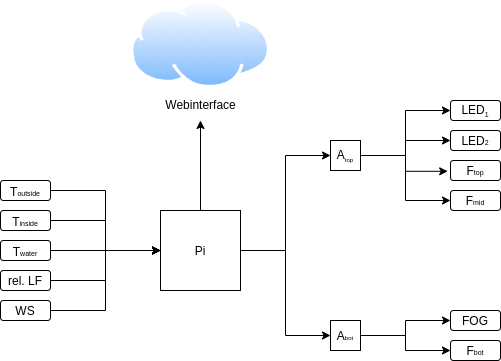
Above: written/Pictures/Devices.png in schnippo/sgb (draw.io), before the change. Source tidied: cells renumbered, new cells last; positions are measured from the earlier drawing's top-left corner, leaving out a move shared by most shapes.
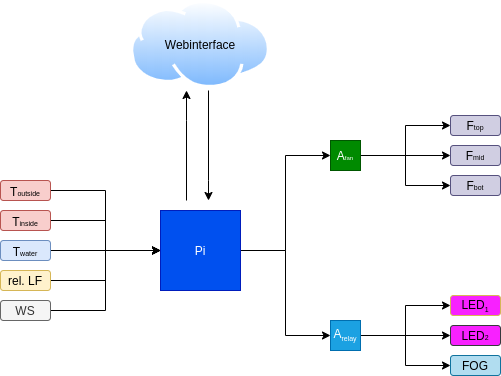
The same diagram one commit later.

Commit message:
kind of finished the eventhandler updated the devices graphic to the new concept, the old one is outdated

The edit, as a diff of the source:
```diff
@@ -8,60 +8,65 @@
     <mxCell id="3" style="edgeStyle=orthogonalEdgeStyle;rounded=0;jettySize=auto;html=1;entryX=0;entryY=0.5;entryDx=0;entryDy=0;" parent="1" edge="1" source="5" target="13">
       <mxGeometry relative="1" as="geometry" />
     </mxCell>
-    <mxCell id="4" style="edgeStyle=orthogonalEdgeStyle;rounded=0;jettySize=auto;html=1;" parent="1" edge="1" source="5">
-      <mxGeometry relative="1" as="geometry">
-        <mxPoint x="200" y="120" as="targetPoint" />
-      </mxGeometry>
-    </mxCell>
+    <mxCell id="31" style="edgeStyle=orthogonalEdgeStyle;rounded=0;orthogonalLoop=1;jettySize=auto;html=1;" parent="1" edge="1">
+      <mxGeometry relative="1" as="geometry">
+        <mxPoint x="186" y="200" as="sourcePoint" />
+        <mxPoint x="186" y="90" as="targetPoint" />
+        <Array as="points">
+          <mxPoint x="186" y="120" />
+          <mxPoint x="186" y="120" />
+        </Array>
+      </mxGeometry>
+    </mxCell>
-    <mxCell id="5" value="Pi" style="whiteSpace=wrap;html=1;" parent="1" vertex="1">
+    <mxCell id="5" value="Pi" style="whiteSpace=wrap;html=1;fillColor=#0050ef;strokeColor=#001DBC;fontColor=#ffffff;" parent="1" vertex="1">
       <mxGeometry x="160" y="210" width="80" height="80" as="geometry" />
     </mxCell>
-    <mxCell id="6" style="edgeStyle=orthogonalEdgeStyle;rounded=0;jettySize=auto;html=1;entryX=0;entryY=0.5;entryDx=0;entryDy=0;" parent="1" edge="1" source="10" target="14">
-      <mxGeometry relative="1" as="geometry" />
-    </mxCell>
-    <mxCell id="7" style="edgeStyle=orthogonalEdgeStyle;rounded=0;jettySize=auto;html=1;entryX=0;entryY=0.5;entryDx=0;entryDy=0;" parent="1" edge="1" source="10" target="15">
-      <mxGeometry relative="1" as="geometry" />
-    </mxCell>
+    <mxCell id="9" style="edgeStyle=orthogonalEdgeStyle;rounded=0;jettySize=auto;html=1;entryX=0;entryY=0.5;entryDx=0;entryDy=0;" parent="1" edge="1" source="10" target="17">
+      <mxGeometry relative="1" as="geometry" />
+    </mxCell>
-    <mxCell id="8" style="edgeStyle=orthogonalEdgeStyle;rounded=0;jettySize=auto;html=1;entryX=-0.056;entryY=0.54;entryDx=0;entryDy=0;entryPerimeter=0;" parent="1" edge="1" source="10" target="16">
+    <mxCell id="8" style="edgeStyle=orthogonalEdgeStyle;rounded=0;jettySize=auto;html=1;entryX=0;entryY=0.5;entryDx=0;entryDy=0;" parent="1" edge="1" source="10" target="16">
       <mxGeometry relative="1" as="geometry" />
     </mxCell>
-    <mxCell id="9" style="edgeStyle=orthogonalEdgeStyle;rounded=0;jettySize=auto;html=1;entryX=0;entryY=0.5;entryDx=0;entryDy=0;" parent="1" edge="1" source="10" target="17">
-      <mxGeometry relative="1" as="geometry" />
-    </mxCell>
+    <mxCell id="32" style="edgeStyle=orthogonalEdgeStyle;rounded=0;jettySize=auto;html=1;entryX=0;entryY=0.5;entryDx=0;entryDy=0;" parent="1" edge="1" source="10" target="19">
+      <mxGeometry relative="1" as="geometry" />
+    </mxCell>
-    <mxCell id="10" value="A&lt;sub style=&quot;font-size: 6px&quot;&gt;top&lt;/sub&gt;" style="whiteSpace=wrap;html=1;" parent="1" vertex="1">
+    <mxCell id="10" value="A&lt;span style=&quot;font-size: 6px&quot;&gt;fan&lt;/span&gt;" style="whiteSpace=wrap;html=1;fillColor=#008a00;strokeColor=#005700;fontColor=#ffffff;" parent="1" vertex="1">
       <mxGeometry x="330" y="140" width="30" height="30" as="geometry" />
     </mxCell>
     <mxCell id="11" style="edgeStyle=orthogonalEdgeStyle;rounded=0;jettySize=auto;html=1;entryX=0;entryY=0.5;entryDx=0;entryDy=0;" parent="1" edge="1" source="13" target="18">
       <mxGeometry relative="1" as="geometry" />
     </mxCell>
-    <mxCell id="12" style="edgeStyle=orthogonalEdgeStyle;rounded=0;jettySize=auto;html=1;entryX=0;entryY=0.5;entryDx=0;entryDy=0;" parent="1" edge="1" source="13" target="19">
-      <mxGeometry relative="1" as="geometry" />
-    </mxCell>
+    <mxCell id="33" style="edgeStyle=orthogonalEdgeStyle;rounded=0;jettySize=auto;html=1;entryX=0;entryY=0.5;entryDx=0;entryDy=0;" parent="1" edge="1" source="13" target="15">
+      <mxGeometry relative="1" as="geometry" />
+    </mxCell>
+    <mxCell id="34" style="edgeStyle=orthogonalEdgeStyle;rounded=0;jettySize=auto;html=1;entryX=0;entryY=0.5;entryDx=0;entryDy=0;" parent="1" edge="1" source="13" target="14">
+      <mxGeometry relative="1" as="geometry" />
+    </mxCell>
-    <mxCell id="13" value="A&lt;span style=&quot;font-size: 6px&quot;&gt;bot&lt;/span&gt;" style="whiteSpace=wrap;html=1;" parent="1" vertex="1">
+    <mxCell id="13" value="A&lt;sub&gt;&lt;font style=&quot;font-size: 7px&quot;&gt;relay&lt;/font&gt;&lt;/sub&gt;" style="whiteSpace=wrap;html=1;fillColor=#1ba1e2;strokeColor=#006EAF;fontColor=#ffffff;" parent="1" vertex="1">
       <mxGeometry x="330" y="320" width="30" height="30" as="geometry" />
     </mxCell>
-    <mxCell id="14" value="LED&lt;sub style=&quot;font-size: 7px&quot;&gt;1&lt;/sub&gt;" style="rounded=1;whiteSpace=wrap;html=1;" parent="1" vertex="1">
-      <mxGeometry x="450" y="100" width="50" height="20" as="geometry" />
+    <mxCell id="14" value="LED&lt;sub style=&quot;font-size: 7px&quot;&gt;1&lt;/sub&gt;" style="rounded=1;whiteSpace=wrap;html=1;strokeColor=#d6b656;fillColor=#F821FF;" parent="1" vertex="1">
+      <mxGeometry x="450" y="295" width="50" height="20" as="geometry" />
     </mxCell>
-    <mxCell id="15" value="LED&lt;span style=&quot;font-size: 7px&quot;&gt;2&lt;br&gt;&lt;/span&gt;" style="rounded=1;whiteSpace=wrap;html=1;" parent="1" vertex="1">
-      <mxGeometry x="450" y="130" width="50" height="20" as="geometry" />
+    <mxCell id="15" value="LED&lt;span style=&quot;font-size: 7px&quot;&gt;2&lt;br&gt;&lt;/span&gt;" style="rounded=1;whiteSpace=wrap;html=1;strokeColor=#36393d;fillColor=#F821FF;" parent="1" vertex="1">
+      <mxGeometry x="450" y="325" width="50" height="20" as="geometry" />
     </mxCell>
-    <mxCell id="16" value="F&lt;font style=&quot;font-size: 7px&quot;&gt;top&lt;/font&gt;" style="rounded=1;whiteSpace=wrap;html=1;" parent="1" vertex="1">
-      <mxGeometry x="450" y="160" width="50" height="20" as="geometry" />
+    <mxCell id="16" value="F&lt;font style=&quot;font-size: 7px&quot;&gt;top&lt;/font&gt;" style="rounded=1;whiteSpace=wrap;html=1;fillColor=#d0cee2;strokeColor=#56517e;" parent="1" vertex="1">
+      <mxGeometry x="450" y="115" width="50" height="20" as="geometry" />
     </mxCell>
-    <mxCell id="17" value="F&lt;span style=&quot;font-size: 7px&quot;&gt;mid&lt;/span&gt;" style="rounded=1;whiteSpace=wrap;html=1;" parent="1" vertex="1">
-      <mxGeometry x="450" y="190" width="50" height="20" as="geometry" />
+    <mxCell id="17" value="F&lt;span style=&quot;font-size: 7px&quot;&gt;mid&lt;/span&gt;" style="rounded=1;whiteSpace=wrap;html=1;fillColor=#d0cee2;strokeColor=#56517e;" parent="1" vertex="1">
+      <mxGeometry x="450" y="145" width="50" height="20" as="geometry" />
     </mxCell>
-    <mxCell id="18" value="FOG" style="rounded=1;whiteSpace=wrap;html=1;" parent="1" vertex="1">
-      <mxGeometry x="450" y="310" width="50" height="20" as="geometry" />
+    <mxCell id="18" value="FOG" style="rounded=1;whiteSpace=wrap;html=1;fillColor=#b1ddf0;strokeColor=#10739e;" parent="1" vertex="1">
+      <mxGeometry x="450" y="355" width="50" height="20" as="geometry" />
     </mxCell>
-    <mxCell id="19" value="F&lt;span style=&quot;font-size: 7px&quot;&gt;bot&lt;br&gt;&lt;/span&gt;" style="rounded=1;whiteSpace=wrap;html=1;" parent="1" vertex="1">
-      <mxGeometry x="450" y="340" width="50" height="20" as="geometry" />
+    <mxCell id="19" value="F&lt;span style=&quot;font-size: 7px&quot;&gt;bot&lt;br&gt;&lt;/span&gt;" style="rounded=1;whiteSpace=wrap;html=1;strokeColor=#56517e;fillColor=#d0cee2;" parent="1" vertex="1">
+      <mxGeometry x="450" y="175" width="50" height="20" as="geometry" />
     </mxCell>
     <mxCell id="20" style="edgeStyle=orthogonalEdgeStyle;rounded=0;jettySize=auto;html=1;entryX=0;entryY=0.5;entryDx=0;entryDy=0;" parent="1" edge="1" source="21" target="5">
       <mxGeometry relative="1" as="geometry" />
     </mxCell>
-    <mxCell id="21" value="&lt;sub style=&quot;font-size: 12px&quot;&gt;T&lt;/sub&gt;&lt;sub style=&quot;font-size: 7px&quot;&gt;outside&lt;/sub&gt;" style="rounded=1;whiteSpace=wrap;html=1;" parent="1" vertex="1">
+    <mxCell id="21" value="&lt;sub style=&quot;font-size: 12px&quot;&gt;T&lt;/sub&gt;&lt;sub style=&quot;font-size: 7px&quot;&gt;outside&lt;/sub&gt;" style="rounded=1;whiteSpace=wrap;html=1;fillColor=#f8cecc;strokeColor=#b85450;" parent="1" vertex="1">
       <mxGeometry y="180" width="50" height="20" as="geometry" />
     </mxCell>
     <mxCell id="22" style="edgeStyle=orthogonalEdgeStyle;rounded=0;jettySize=auto;html=1;" parent="1" edge="1" source="23">
@@ -69,29 +74,41 @@
         <mxPoint x="160" y="250" as="targetPoint" />
       </mxGeometry>
     </mxCell>
-    <mxCell id="23" value="&lt;sub style=&quot;font-size: 12px&quot;&gt;T&lt;/sub&gt;&lt;sub style=&quot;font-size: 7px&quot;&gt;water&lt;/sub&gt;" style="rounded=1;whiteSpace=wrap;html=1;" parent="1" vertex="1">
+    <mxCell id="23" value="&lt;sub style=&quot;font-size: 12px&quot;&gt;T&lt;/sub&gt;&lt;sub style=&quot;font-size: 7px&quot;&gt;water&lt;/sub&gt;" style="rounded=1;whiteSpace=wrap;html=1;fillColor=#dae8fc;strokeColor=#6c8ebf;" parent="1" vertex="1">
       <mxGeometry y="240" width="50" height="20" as="geometry" />
     </mxCell>
     <mxCell id="24" style="edgeStyle=orthogonalEdgeStyle;rounded=0;jettySize=auto;html=1;entryX=0;entryY=0.5;entryDx=0;entryDy=0;" parent="1" edge="1" source="25" target="5">
       <mxGeometry relative="1" as="geometry" />
     </mxCell>
-    <mxCell id="25" value="&lt;sub style=&quot;font-size: 12px&quot;&gt;T&lt;/sub&gt;&lt;sub style=&quot;font-size: 7px&quot;&gt;inside&lt;br&gt;&lt;/sub&gt;" style="rounded=1;whiteSpace=wrap;html=1;" parent="1" vertex="1">
+    <mxCell id="25" value="&lt;sub style=&quot;font-size: 12px&quot;&gt;T&lt;/sub&gt;&lt;sub style=&quot;font-size: 7px&quot;&gt;inside&lt;br&gt;&lt;/sub&gt;" style="rounded=1;whiteSpace=wrap;html=1;fillColor=#f8cecc;strokeColor=#b85450;" parent="1" vertex="1">
       <mxGeometry y="210" width="50" height="20" as="geometry" />
     </mxCell>
     <mxCell id="26" style="edgeStyle=orthogonalEdgeStyle;rounded=0;jettySize=auto;html=1;entryX=0;entryY=0.5;entryDx=0;entryDy=0;" parent="1" edge="1" source="27" target="5">
       <mxGeometry relative="1" as="geometry" />
     </mxCell>
-    <mxCell id="27" value="rel. LF" style="rounded=1;whiteSpace=wrap;html=1;" parent="1" vertex="1">
+    <mxCell id="27" value="rel. LF" style="rounded=1;whiteSpace=wrap;html=1;fillColor=#fff2cc;strokeColor=#d6b656;" parent="1" vertex="1">
       <mxGeometry y="270" width="50" height="20" as="geometry" />
     </mxCell>
     <mxCell id="28" style="edgeStyle=orthogonalEdgeStyle;rounded=0;jettySize=auto;html=1;entryX=0;entryY=0.5;entryDx=0;entryDy=0;" parent="1" edge="1" source="29" target="5">
       <mxGeometry relative="1" as="geometry" />
     </mxCell>
-    <mxCell id="29" value="WS" style="rounded=1;whiteSpace=wrap;html=1;" parent="1" vertex="1">
+    <mxCell id="29" value="WS" style="rounded=1;whiteSpace=wrap;html=1;fillColor=#f5f5f5;strokeColor=#666666;fontColor=#333333;" parent="1" vertex="1">
       <mxGeometry y="300" width="50" height="20" as="geometry" />
     </mxCell>
+    <mxCell id="35" style="edgeStyle=orthogonalEdgeStyle;rounded=0;orthogonalLoop=1;jettySize=auto;html=1;" parent="1" edge="1">
+      <mxGeometry relative="1" as="geometry">
+        <mxPoint x="208" y="90" as="sourcePoint" />
+        <mxPoint x="208" y="200" as="targetPoint" />
+        <Array as="points">
+          <mxPoint x="208" y="180" />
+        </Array>
+      </mxGeometry>
+    </mxCell>
-    <mxCell id="30" value="Webinterface" style="perimeter=ellipsePerimeter;html=1;align=center;shadow=0;dashed=0;spacingTop=3;image;image=img/lib/active_directory/internet_cloud.svg;" parent="1" vertex="1">
+    <mxCell id="30" style="perimeter=ellipsePerimeter;html=1;align=center;shadow=0;dashed=0;spacingTop=3;image;image=img/lib/active_directory/internet_cloud.svg;" parent="1" vertex="1">
       <mxGeometry x="130" width="140" height="88.2" as="geometry" />
     </mxCell>
+    <mxCell id="36" value="Webinterface" style="text;html=1;strokeColor=none;fillColor=none;align=center;verticalAlign=middle;whiteSpace=wrap;rounded=0;" parent="1" vertex="1">
+      <mxGeometry x="185" y="34.1" width="30" height="20" as="geometry" />
+    </mxCell>
   </root>
 </mxGraphModel>
```
